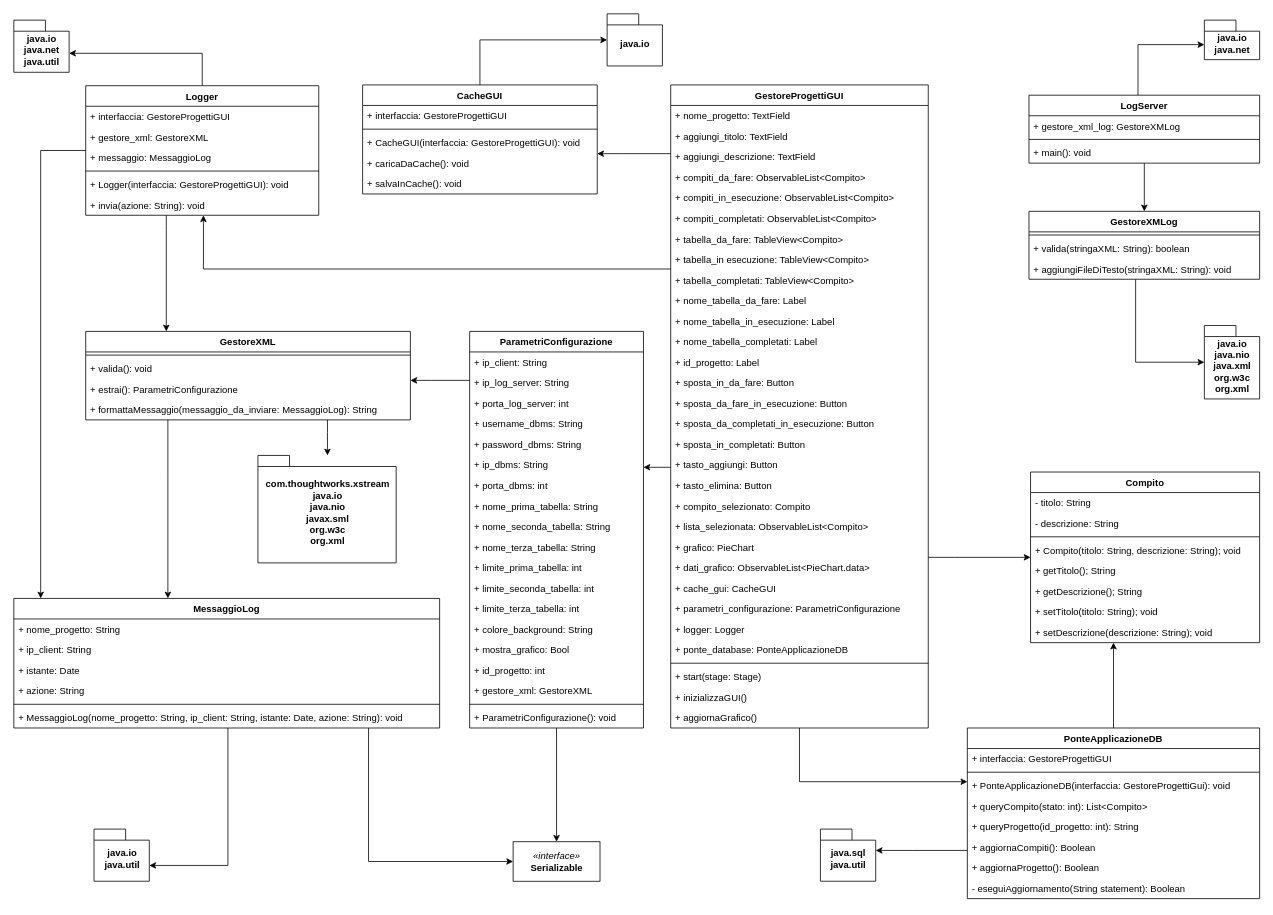
Above: ClassUML.drawio in glmquint/KanbanApp (draw.io), before the change. Source tidied: cells renumbered, new cells numbered last; positions are measured from the earlier drawing's top-left corner, leaving out a move shared by most shapes. Both pictures are drawn from the tidied source at 79%, with x=0, y=0 at pixel (13, 13).
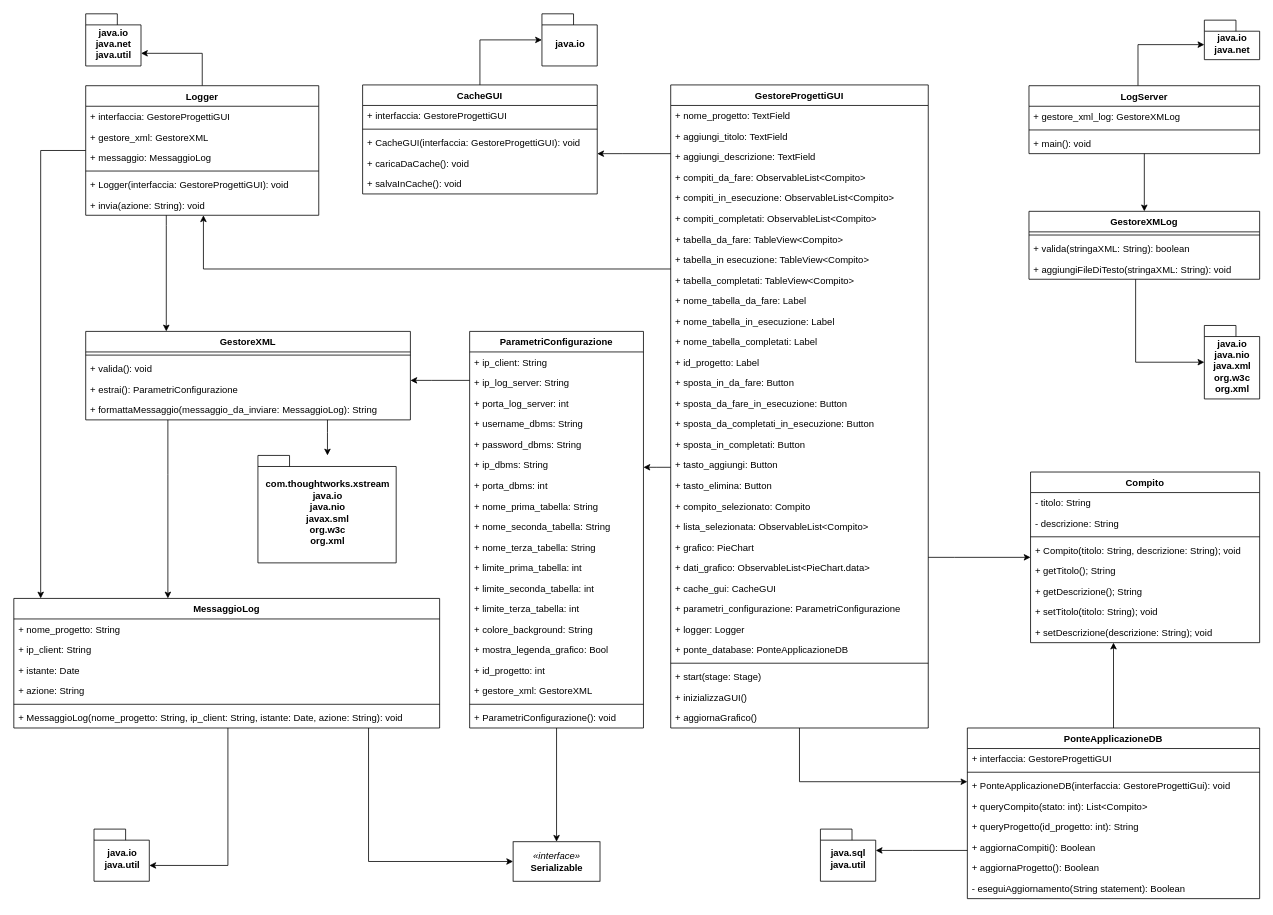
The same diagram, later.

The change refers to these unchanged cells:
```xml
<mxCell id="57" value="ParametriConfigurazione" style="swimlane;fontStyle=1;align=center;verticalAlign=top;horizontal=1;startSize=26;" parent="1" vertex="1">
  <mxGeometry x="577" y="402" width="220" height="502" as="geometry" />
</mxCell>
```

Change to the diagram source:
```diff
@@
-    <mxCell id="72" value="+ mostra_grafico: Bool" style="text;strokeColor=none;fillColor=none;align=left;verticalAlign=top;spacingLeft=4;spacingRight=4;overflow=hidden;" parent="57" vertex="1">
+    <mxCell id="72" value="+ mostra_legenda_grafico: Bool" style="text;strokeColor=none;fillColor=none;align=left;verticalAlign=top;spacingLeft=4;spacingRight=4;overflow=hidden;" parent="57" vertex="1">
       <mxGeometry y="390" width="220" height="26" as="geometry" />
     </mxCell>
@@
     <mxCell id="109" value="LogServer" style="swimlane;fontStyle=1;align=center;verticalAlign=top;horizontal=1;startSize=26;" parent="1" vertex="1">
-      <mxGeometry x="1285" y="103" width="292" height="86" as="geometry" />
+      <mxGeometry x="1285" y="91" width="292" height="86" as="geometry" />
     </mxCell>
@@
     <mxCell id="131" value="java.io&lt;br&gt;java.net&lt;br&gt;java.util" style="shape=folder;fontStyle=1;spacingTop=10;tabWidth=40;tabHeight=14;tabPosition=left;html=1;" parent="1" vertex="1">
-      <mxGeometry y="8" width="70" height="66" as="geometry" />
+      <mxGeometry x="91" width="70" height="66" as="geometry" />
     </mxCell>
     <mxCell id="132" value="java.io" style="shape=folder;fontStyle=1;spacingTop=10;tabWidth=40;tabHeight=14;tabPosition=left;html=1;" parent="1" vertex="1">
-      <mxGeometry x="751" width="70" height="66" as="geometry" />
+      <mxGeometry x="668.5" width="70" height="66" as="geometry" />
     </mxCell>
```
